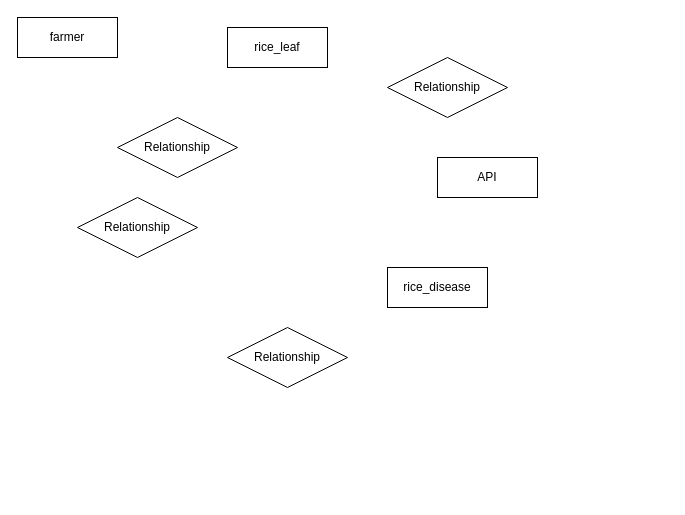
The draw.io diagram erDisease_detector.drawio in Dinuvi9170/NSBM-Green-University, before the edit. Source tidied: cells renumbered, new cells numbered last; positions are measured from the earlier drawing's top-left corner, leaving out a move shared by most shapes. Both pictures are drawn from the tidied source at 100%, with x=0, y=0 at pixel (17, 17).
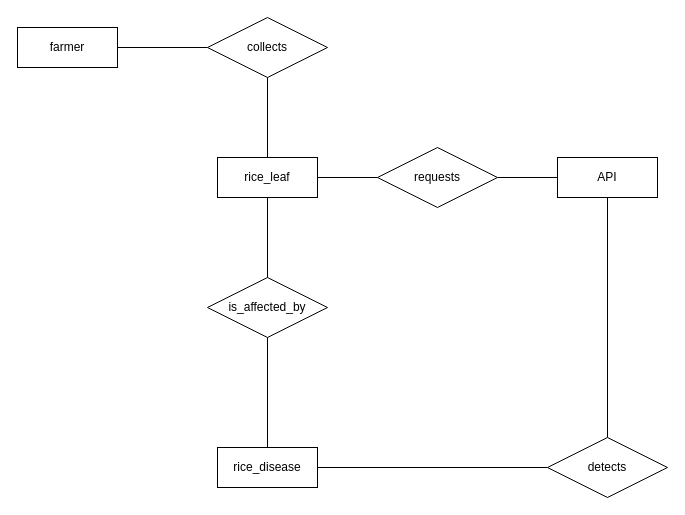
The same diagram, later.

The edit, as a diff of the source:
```diff
@@
 <mxGraphModel>
   <root>
     <mxCell id="0" />
     <mxCell id="1" parent="0" />
     <mxCell id="2" value="farmer" style="whiteSpace=wrap;html=1;align=center;" parent="1" vertex="1">
-      <mxGeometry width="100" height="40" as="geometry" />
+      <mxGeometry y="10" width="100" height="40" as="geometry" />
     </mxCell>
     <mxCell id="3" value="rice_leaf" style="whiteSpace=wrap;html=1;align=center;" parent="1" vertex="1">
-      <mxGeometry x="210" y="10" width="100" height="40" as="geometry" />
+      <mxGeometry x="200" y="140" width="100" height="40" as="geometry" />
     </mxCell>
     <mxCell id="4" value="API" style="whiteSpace=wrap;html=1;align=center;" parent="1" vertex="1">
-      <mxGeometry x="420" y="140" width="100" height="40" as="geometry" />
+      <mxGeometry x="540" y="140" width="100" height="40" as="geometry" />
     </mxCell>
     <mxCell id="5" value="rice_disease" style="whiteSpace=wrap;html=1;align=center;" parent="1" vertex="1">
-      <mxGeometry x="370" y="250" width="100" height="40" as="geometry" />
+      <mxGeometry x="200" y="430" width="100" height="40" as="geometry" />
     </mxCell>
-    <mxCell id="6" value="Relationship" style="shape=rhombus;perimeter=rhombusPerimeter;whiteSpace=wrap;html=1;align=center;" parent="1" vertex="1">
-      <mxGeometry x="60" y="180" width="120" height="60" as="geometry" />
+    <mxCell id="6" value="is_affected_by" style="shape=rhombus;perimeter=rhombusPerimeter;whiteSpace=wrap;html=1;align=center;" parent="1" vertex="1">
+      <mxGeometry x="190" y="260" width="120" height="60" as="geometry" />
     </mxCell>
-    <mxCell id="7" value="Relationship" style="shape=rhombus;perimeter=rhombusPerimeter;whiteSpace=wrap;html=1;align=center;" parent="1" vertex="1">
-      <mxGeometry x="100" y="100" width="120" height="60" as="geometry" />
+    <mxCell id="7" value="collects" style="shape=rhombus;perimeter=rhombusPerimeter;whiteSpace=wrap;html=1;align=center;" parent="1" vertex="1">
+      <mxGeometry x="190" width="120" height="60" as="geometry" />
     </mxCell>
-    <mxCell id="8" value="Relationship" style="shape=rhombus;perimeter=rhombusPerimeter;whiteSpace=wrap;html=1;align=center;" parent="1" vertex="1">
-      <mxGeometry x="370" y="40" width="120" height="60" as="geometry" />
+    <mxCell id="8" value="requests" style="shape=rhombus;perimeter=rhombusPerimeter;whiteSpace=wrap;html=1;align=center;" parent="1" vertex="1">
+      <mxGeometry x="360" y="130" width="120" height="60" as="geometry" />
     </mxCell>
-    <mxCell id="9" value="Relationship" style="shape=rhombus;perimeter=rhombusPerimeter;whiteSpace=wrap;html=1;align=center;" parent="1" vertex="1">
-      <mxGeometry x="210" y="310" width="120" height="60" as="geometry" />
+    <mxCell id="9" value="detects" style="shape=rhombus;perimeter=rhombusPerimeter;whiteSpace=wrap;html=1;align=center;" parent="1" vertex="1">
+      <mxGeometry x="530" y="420" width="120" height="60" as="geometry" />
     </mxCell>
+    <mxCell id="10" style="endArrow=none;html=1;rounded=0;entryX=0.5;entryY=1;entryDx=0;entryDy=0;exitX=0.5;exitY=0;exitDx=0;exitDy=0;" parent="1" edge="1" source="3" target="7">
+      <mxGeometry relative="1" as="geometry" />
+    </mxCell>
+    <mxCell id="11" style="endArrow=none;html=1;rounded=0;exitX=1;exitY=0.5;exitDx=0;exitDy=0;entryX=0;entryY=0.5;entryDx=0;entryDy=0;" parent="1" edge="1" source="3" target="8">
+      <mxGeometry relative="1" as="geometry" />
+    </mxCell>
+    <mxCell id="12" style="endArrow=none;html=1;rounded=0;exitX=1;exitY=0.5;exitDx=0;exitDy=0;entryX=0;entryY=0.5;entryDx=0;entryDy=0;" parent="1" edge="1" source="8" target="4">
+      <mxGeometry relative="1" as="geometry" />
+    </mxCell>
+    <mxCell id="13" style="endArrow=none;html=1;rounded=0;exitX=1;exitY=0.5;exitDx=0;exitDy=0;entryX=0;entryY=0.5;entryDx=0;entryDy=0;" parent="1" edge="1" source="2" target="7">
+      <mxGeometry relative="1" as="geometry" />
+    </mxCell>
+    <mxCell id="14" style="endArrow=none;html=1;rounded=0;entryX=0.5;entryY=1;entryDx=0;entryDy=0;exitX=0.5;exitY=0;exitDx=0;exitDy=0;" parent="1" edge="1" source="6" target="3">
+      <mxGeometry relative="1" as="geometry" />
+    </mxCell>
+    <mxCell id="15" style="endArrow=none;html=1;rounded=0;entryX=0.5;entryY=1;entryDx=0;entryDy=0;exitX=0.5;exitY=0;exitDx=0;exitDy=0;" parent="1" edge="1" source="5" target="6">
+      <mxGeometry relative="1" as="geometry" />
+    </mxCell>
+    <mxCell id="16" style="endArrow=none;html=1;rounded=0;exitX=1;exitY=0.5;exitDx=0;exitDy=0;entryX=0;entryY=0.5;entryDx=0;entryDy=0;" parent="1" edge="1" source="5" target="9">
+      <mxGeometry relative="1" as="geometry" />
+    </mxCell>
+    <mxCell id="17" style="endArrow=none;html=1;rounded=0;entryX=0.5;entryY=1;entryDx=0;entryDy=0;exitX=0.5;exitY=0;exitDx=0;exitDy=0;" parent="1" edge="1" source="9" target="4">
+      <mxGeometry relative="1" as="geometry" />
+    </mxCell>
   </root>
 </mxGraphModel>
```
